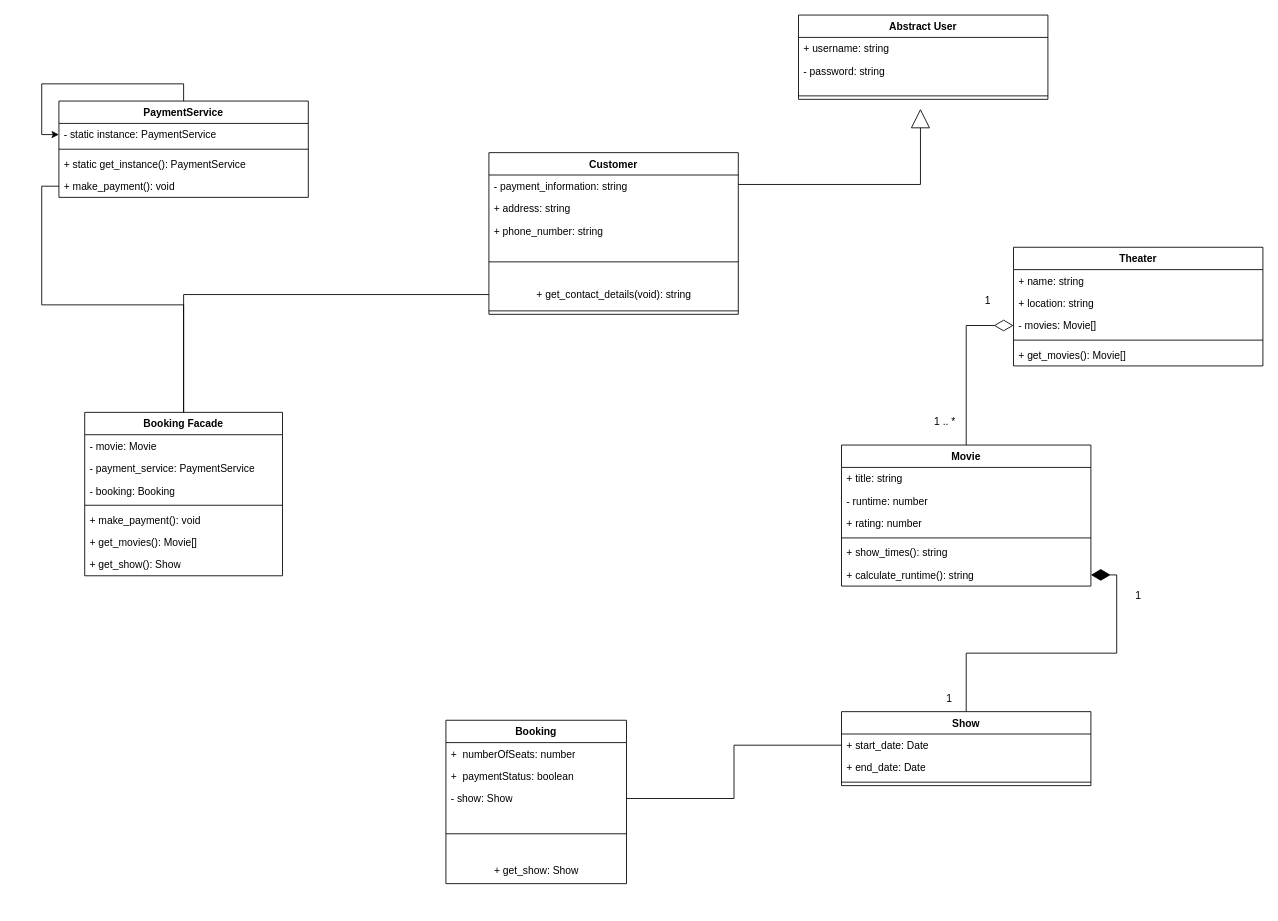
VukanCekic/system-design keeps this draw.io diagram as Movie Booking System.drawio. Above is the earlier version. Source tidied: cells renumbered, new cells numbered last; positions are measured from the earlier drawing's top-left corner, leaving out a move shared by most shapes. Both pictures are drawn from the tidied source at 86%, with x=0, y=0 at pixel (58, 15).
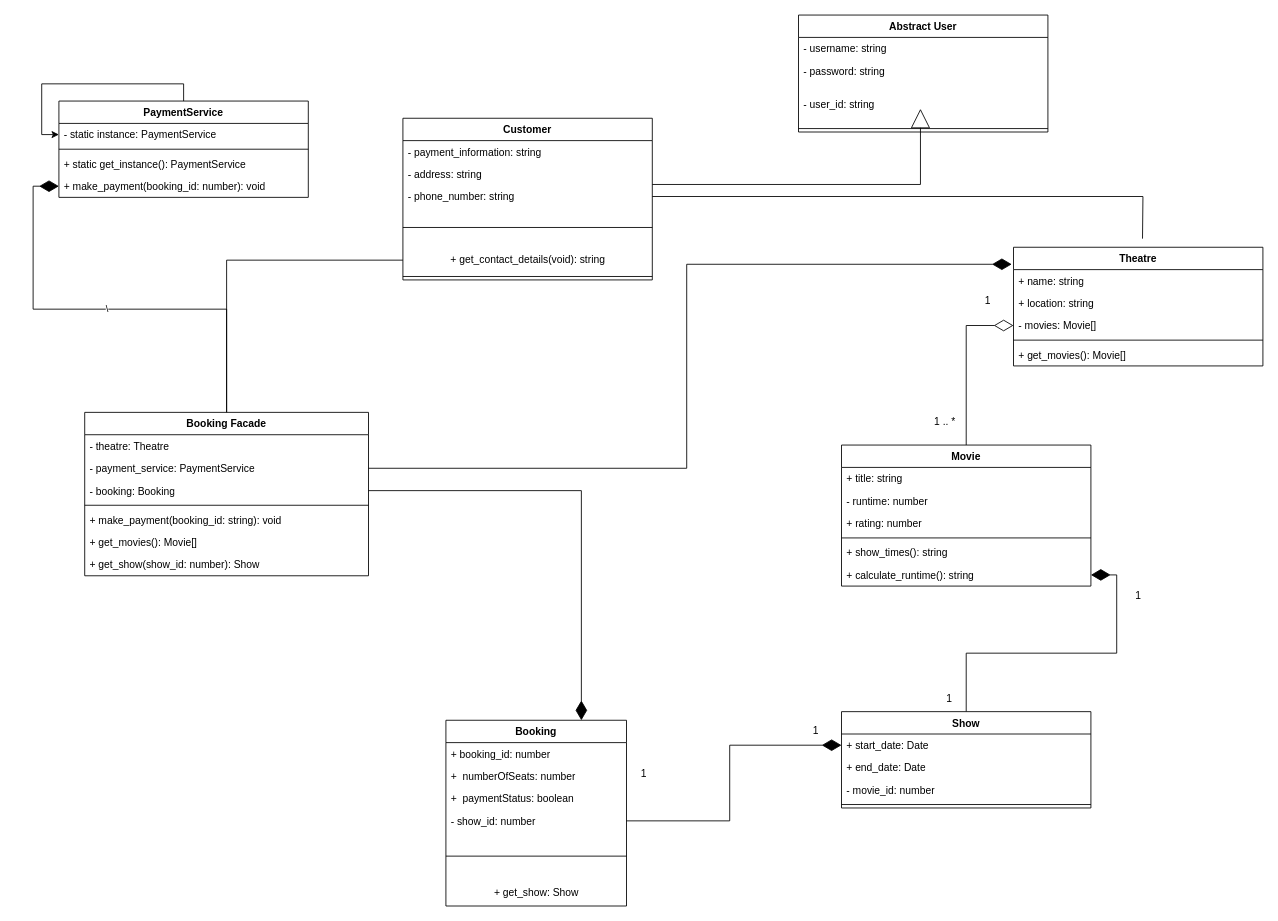
The same page after the edit.

Unchanged cells that the change refers to:
```xml
<mxCell id="15" value="+ name: string" style="text;strokeColor=none;fillColor=none;align=left;verticalAlign=top;spacingLeft=4;spacingRight=4;overflow=hidden;points=[[0,0.5],[1,0.5]];portConstraint=eastwest;whiteSpace=wrap;html=1;" parent="14" vertex="1">
  <mxGeometry y="26" width="290" height="26" as="geometry" />
</mxCell>
<mxCell id="30" value="+ start_date: Date" style="text;strokeColor=none;fillColor=none;align=left;verticalAlign=top;spacingLeft=4;spacingRight=4;overflow=hidden;points=[[0,0.5],[1,0.5]];portConstraint=eastwest;whiteSpace=wrap;html=1;" parent="29" vertex="1">
  <mxGeometry y="26" width="290" height="26" as="geometry" />
</mxCell>
<mxCell id="37" value="PaymentService" style="swimlane;fontStyle=1;align=center;verticalAlign=top;horizontal=1;startSize=26;whiteSpace=wrap;html=1;" parent="1" vertex="1">
  <mxGeometry y="100" width="290" height="112" as="geometry" />
</mxCell>
```

What changed in the source:
```diff
@@
     <mxCell id="2" value="Abstract User" style="swimlane;fontStyle=1;align=center;verticalAlign=top;horizontal=1;startSize=26;whiteSpace=wrap;html=1;" parent="1" vertex="1">
-      <mxGeometry x="860" width="290" height="98" as="geometry" />
+      <mxGeometry x="860" width="290" height="136" as="geometry" />
     </mxCell>
-    <mxCell id="3" value="+ username: string" style="text;strokeColor=none;fillColor=none;align=left;verticalAlign=top;spacingLeft=4;spacingRight=4;overflow=hidden;whiteSpace=wrap;html=1;" parent="2" vertex="1">
+    <mxCell id="3" value="- username: string" style="text;strokeColor=none;fillColor=none;align=left;verticalAlign=top;spacingLeft=4;spacingRight=4;overflow=hidden;whiteSpace=wrap;html=1;" parent="2" vertex="1">
       <mxGeometry y="26" width="290" height="26" as="geometry" />
     </mxCell>
@@
+    <mxCell id="60" value="- user_id: string" style="text;strokeColor=none;fillColor=none;align=left;verticalAlign=top;spacingLeft=4;spacingRight=4;overflow=hidden;whiteSpace=wrap;html=1;" parent="2" vertex="1">
+      <mxGeometry y="90" width="290" height="38" as="geometry" />
+    </mxCell>
     <mxCell id="5" style="line;strokeWidth=1;fillColor=none;align=left;verticalAlign=middle;spacingTop=-1;spacingLeft=3;spacingRight=3;labelPosition=right;strokeColor=inherit;" parent="2" vertex="1">
-      <mxGeometry y="90" width="290" height="8" as="geometry" />
+      <mxGeometry y="128" width="290" height="8" as="geometry" />
     </mxCell>
     <mxCell id="6" value="Customer" style="swimlane;fontStyle=1;align=center;verticalAlign=top;horizontal=1;startSize=26;whiteSpace=wrap;html=1;" parent="1" vertex="1">
-      <mxGeometry x="500" y="160" width="290" height="188" as="geometry" />
+      <mxGeometry x="400" y="120" width="290" height="188" as="geometry" />
     </mxCell>
@@
-    <mxCell id="8" value="+ address: string" style="text;strokeColor=none;fillColor=none;align=left;verticalAlign=top;spacingLeft=4;spacingRight=4;overflow=hidden;whiteSpace=wrap;html=1;" parent="6" vertex="1">
+    <mxCell id="8" value="- address: string" style="text;strokeColor=none;fillColor=none;align=left;verticalAlign=top;spacingLeft=4;spacingRight=4;overflow=hidden;whiteSpace=wrap;html=1;" parent="6" vertex="1">
       <mxGeometry y="52" width="290" height="26" as="geometry" />
     </mxCell>
+    <mxCell id="61" style="edgeStyle=orthogonalEdgeStyle;rounded=0;jettySize=auto;html=1;endArrow=none;endFill=0;" parent="6" edge="1" source="9">
+      <mxGeometry relative="1" as="geometry">
+        <mxPoint x="860" y="140" as="targetPoint" />
+      </mxGeometry>
+    </mxCell>
-    <mxCell id="9" value="+ phone_number: string" style="text;strokeColor=none;fillColor=none;align=left;verticalAlign=top;spacingLeft=4;spacingRight=4;overflow=hidden;points=[[0,0.5],[1,0.5]];portConstraint=eastwest;whiteSpace=wrap;html=1;" parent="6" vertex="1">
+    <mxCell id="9" value="- phone_number: string" style="text;strokeColor=none;fillColor=none;align=left;verticalAlign=top;spacingLeft=4;spacingRight=4;overflow=hidden;points=[[0,0.5],[1,0.5]];portConstraint=eastwest;whiteSpace=wrap;html=1;" parent="6" vertex="1">
       <mxGeometry y="78" width="290" height="26" as="geometry" />
     </mxCell>
@@
-    <mxCell id="14" value="Theater" style="swimlane;fontStyle=1;align=center;verticalAlign=top;horizontal=1;startSize=26;whiteSpace=wrap;html=1;" parent="1" vertex="1">
+    <mxCell id="14" value="Theatre" style="swimlane;fontStyle=1;align=center;verticalAlign=top;horizontal=1;startSize=26;whiteSpace=wrap;html=1;" parent="1" vertex="1">
       <mxGeometry x="1110" y="270" width="290" height="138" as="geometry" />
     </mxCell>
@@
     <mxCell id="29" value="Show" style="swimlane;fontStyle=1;align=center;verticalAlign=top;horizontal=1;startSize=26;whiteSpace=wrap;html=1;" parent="1" vertex="1">
-      <mxGeometry x="910" y="810" width="290" height="86" as="geometry" />
+      <mxGeometry x="910" y="810" width="290" height="112" as="geometry" />
     </mxCell>
@@
+    <mxCell id="62" value="- movie_id: number" style="text;strokeColor=none;fillColor=none;align=left;verticalAlign=top;spacingLeft=4;spacingRight=4;overflow=hidden;whiteSpace=wrap;html=1;" parent="29" vertex="1">
+      <mxGeometry y="78" width="290" height="26" as="geometry" />
+    </mxCell>
     <mxCell id="32" style="line;strokeWidth=1;fillColor=none;align=left;verticalAlign=middle;spacingTop=-1;spacingLeft=3;spacingRight=3;labelPosition=right;strokeColor=inherit;" parent="29" vertex="1">
-      <mxGeometry y="78" width="290" height="8" as="geometry" />
+      <mxGeometry y="104" width="290" height="8" as="geometry" />
     </mxCell>
@@
-    <mxCell id="41" value="+ make_payment(): void" style="text;strokeColor=none;fillColor=none;align=left;verticalAlign=top;spacingLeft=4;spacingRight=4;overflow=hidden;points=[[0,0.5],[1,0.5]];portConstraint=eastwest;whiteSpace=wrap;html=1;" parent="37" vertex="1">
+    <mxCell id="41" value="+ make_payment(booking_id: number): void" style="text;strokeColor=none;fillColor=none;align=left;verticalAlign=top;spacingLeft=4;spacingRight=4;overflow=hidden;points=[[0,0.5],[1,0.5]];portConstraint=eastwest;whiteSpace=wrap;html=1;" parent="37" vertex="1">
       <mxGeometry y="86" width="290" height="26" as="geometry" />
     </mxCell>
@@
     <mxCell id="43" value="Booking" style="swimlane;fontStyle=1;align=center;verticalAlign=top;horizontal=1;startSize=26;whiteSpace=wrap;html=1;" parent="1" vertex="1">
-      <mxGeometry x="450" y="820" width="210" height="190" as="geometry" />
+      <mxGeometry x="450" y="820" width="210" height="216" as="geometry" />
     </mxCell>
+    <mxCell id="63" value="+ booking_id: number" style="text;strokeColor=none;fillColor=none;align=left;verticalAlign=top;spacingLeft=4;spacingRight=4;overflow=hidden;whiteSpace=wrap;html=1;" parent="43" vertex="1">
+      <mxGeometry y="26" width="210" height="26" as="geometry" />
+    </mxCell>
     <mxCell id="44" value="+&amp;nbsp; numberOfSeats: number" style="text;strokeColor=none;fillColor=none;align=left;verticalAlign=top;spacingLeft=4;spacingRight=4;overflow=hidden;whiteSpace=wrap;html=1;" parent="43" vertex="1">
-      <mxGeometry y="26" width="210" height="26" as="geometry" />
+      <mxGeometry y="52" width="210" height="26" as="geometry" />
     </mxCell>
     <mxCell id="45" value="+&amp;nbsp; paymentStatus: boolean" style="text;strokeColor=none;fillColor=none;align=left;verticalAlign=top;spacingLeft=4;spacingRight=4;overflow=hidden;whiteSpace=wrap;html=1;" parent="43" vertex="1">
-      <mxGeometry y="52" width="210" height="26" as="geometry" />
+      <mxGeometry y="78" width="210" height="26" as="geometry" />
     </mxCell>
-    <mxCell id="46" value="- show: Show" style="text;strokeColor=none;fillColor=none;align=left;verticalAlign=top;spacingLeft=4;spacingRight=4;overflow=hidden;points=[[0,0.5],[1,0.5]];portConstraint=eastwest;whiteSpace=wrap;html=1;" parent="43" vertex="1">
-      <mxGeometry y="78" width="210" height="26" as="geometry" />
+    <mxCell id="46" value="- show_id: number" style="text;strokeColor=none;fillColor=none;align=left;verticalAlign=top;spacingLeft=4;spacingRight=4;overflow=hidden;points=[[0,0.5],[1,0.5]];portConstraint=eastwest;whiteSpace=wrap;html=1;" parent="43" vertex="1">
+      <mxGeometry y="104" width="210" height="26" as="geometry" />
     </mxCell>
     <mxCell id="47" style="line;strokeWidth=1;fillColor=none;align=left;verticalAlign=middle;spacingTop=-1;spacingLeft=3;spacingRight=3;labelPosition=right;strokeColor=inherit;" parent="43" vertex="1">
-      <mxGeometry y="104" width="210" height="56" as="geometry" />
+      <mxGeometry y="130" width="210" height="56" as="geometry" />
     </mxCell>
     <mxCell id="48" value="+ get_show: Show" style="text;html=1;align=center;verticalAlign=middle;strokeColor=none;fillColor=none;" parent="43" vertex="1">
-      <mxGeometry y="160" width="210" height="30" as="geometry" />
+      <mxGeometry y="186" width="210" height="30" as="geometry" />
     </mxCell>
-    <mxCell id="49" style="edgeStyle=orthogonalEdgeStyle;rounded=0;jettySize=auto;html=1;entryX=0;entryY=0.5;entryDx=0;entryDy=0;startArrow=none;startFill=0;endArrow=none;endFill=0;" parent="1" edge="1" source="50" target="41">
+    <mxCell id="49" value="\" style="edgeStyle=orthogonalEdgeStyle;rounded=0;jettySize=auto;html=1;entryX=0;entryY=0.5;entryDx=0;entryDy=0;startArrow=none;startFill=0;endArrow=diamondThin;endFill=1;endSize=20;" parent="1" edge="1" source="50" target="41">
       <mxGeometry relative="1" as="geometry" />
     </mxCell>
     <mxCell id="50" value="Booking Facade" style="swimlane;fontStyle=1;align=center;verticalAlign=top;horizontal=1;startSize=26;whiteSpace=wrap;html=1;" parent="1" vertex="1">
-      <mxGeometry x="30" y="462" width="230" height="190" as="geometry" />
+      <mxGeometry x="30" y="462" width="330" height="190" as="geometry" />
     </mxCell>
-    <mxCell id="51" value="- movie: Movie" style="text;strokeColor=none;fillColor=none;align=left;verticalAlign=top;spacingLeft=4;spacingRight=4;overflow=hidden;whiteSpace=wrap;html=1;" parent="50" vertex="1">
-      <mxGeometry y="26" width="230" height="26" as="geometry" />
+    <mxCell id="51" value="- theatre: Theatre" style="text;strokeColor=none;fillColor=none;align=left;verticalAlign=top;spacingLeft=4;spacingRight=4;overflow=hidden;whiteSpace=wrap;html=1;" parent="50" vertex="1">
+      <mxGeometry y="26" width="330" height="26" as="geometry" />
     </mxCell>
     <mxCell id="52" value="- payment_service: PaymentService" style="text;strokeColor=none;fillColor=none;align=left;verticalAlign=top;spacingLeft=4;spacingRight=4;overflow=hidden;points=[[0,0.5],[1,0.5]];portConstraint=eastwest;whiteSpace=wrap;html=1;" parent="50" vertex="1">
-      <mxGeometry y="52" width="230" height="26" as="geometry" />
+      <mxGeometry y="52" width="330" height="26" as="geometry" />
     </mxCell>
     <mxCell id="53" value="- booking: Booking" style="text;strokeColor=none;fillColor=none;align=left;verticalAlign=top;spacingLeft=4;spacingRight=4;overflow=hidden;points=[[0,0.5],[1,0.5]];portConstraint=eastwest;whiteSpace=wrap;html=1;" parent="50" vertex="1">
-      <mxGeometry y="78" width="230" height="26" as="geometry" />
+      <mxGeometry y="78" width="330" height="26" as="geometry" />
     </mxCell>
     <mxCell id="54" style="line;strokeWidth=1;fillColor=none;align=left;verticalAlign=middle;spacingTop=-1;spacingLeft=3;spacingRight=3;labelPosition=right;strokeColor=inherit;" parent="50" vertex="1">
-      <mxGeometry y="104" width="230" height="8" as="geometry" />
+      <mxGeometry y="104" width="330" height="8" as="geometry" />
     </mxCell>
-    <mxCell id="55" value="+ make_payment(): void" style="text;strokeColor=none;fillColor=none;align=left;verticalAlign=top;spacingLeft=4;spacingRight=4;overflow=hidden;whiteSpace=wrap;html=1;" parent="50" vertex="1">
-      <mxGeometry y="112" width="230" height="26" as="geometry" />
+    <mxCell id="55" value="+ make_payment(booking_id: string): void" style="text;strokeColor=none;fillColor=none;align=left;verticalAlign=top;spacingLeft=4;spacingRight=4;overflow=hidden;whiteSpace=wrap;html=1;" parent="50" vertex="1">
+      <mxGeometry y="112" width="330" height="26" as="geometry" />
     </mxCell>
     <mxCell id="56" value="+ get_movies(): Movie[]" style="text;strokeColor=none;fillColor=none;align=left;verticalAlign=top;spacingLeft=4;spacingRight=4;overflow=hidden;whiteSpace=wrap;html=1;" parent="50" vertex="1">
-      <mxGeometry y="138" width="230" height="26" as="geometry" />
+      <mxGeometry y="138" width="330" height="26" as="geometry" />
     </mxCell>
-    <mxCell id="57" value="+ get_show(): Show" style="text;strokeColor=none;fillColor=none;align=left;verticalAlign=top;spacingLeft=4;spacingRight=4;overflow=hidden;whiteSpace=wrap;html=1;" parent="50" vertex="1">
-      <mxGeometry y="164" width="230" height="26" as="geometry" />
+    <mxCell id="57" value="+ get_show(show_id: number): Show" style="text;strokeColor=none;fillColor=none;align=left;verticalAlign=top;spacingLeft=4;spacingRight=4;overflow=hidden;whiteSpace=wrap;html=1;" parent="50" vertex="1">
+      <mxGeometry y="164" width="330" height="26" as="geometry" />
     </mxCell>
@@
-    <mxCell id="59" style="edgeStyle=orthogonalEdgeStyle;rounded=0;jettySize=auto;html=1;entryX=0;entryY=0.5;entryDx=0;entryDy=0;endArrow=none;endFill=0;" parent="1" edge="1" source="46" target="30">
+    <mxCell id="59" style="edgeStyle=orthogonalEdgeStyle;rounded=0;jettySize=auto;html=1;entryX=0;entryY=0.5;entryDx=0;entryDy=0;endArrow=diamondThin;endFill=1;endSize=20;" parent="1" edge="1" source="46" target="30">
       <mxGeometry relative="1" as="geometry" />
     </mxCell>
+    <mxCell id="64" value="1" style="text;html=1;align=center;verticalAlign=middle;strokeColor=none;fillColor=none;" parent="1" vertex="1">
+      <mxGeometry x="665" y="868" width="30" height="30" as="geometry" />
+    </mxCell>
+    <mxCell id="65" value="1" style="text;html=1;align=center;verticalAlign=middle;strokeColor=none;fillColor=none;" parent="1" vertex="1">
+      <mxGeometry x="865" y="818" width="30" height="30" as="geometry" />
+    </mxCell>
+    <mxCell id="66" style="edgeStyle=orthogonalEdgeStyle;rounded=0;jettySize=auto;html=1;entryX=-0.007;entryY=-0.239;entryDx=0;entryDy=0;entryPerimeter=0;endArrow=diamondThin;endFill=1;endSize=20;" parent="1" edge="1" source="52" target="15">
+      <mxGeometry relative="1" as="geometry" />
+    </mxCell>
+    <mxCell id="67" style="edgeStyle=orthogonalEdgeStyle;rounded=0;jettySize=auto;html=1;entryX=0.75;entryY=0;entryDx=0;entryDy=0;endSize=20;endArrow=diamondThin;endFill=1;" parent="1" edge="1" source="53" target="43">
+      <mxGeometry relative="1" as="geometry" />
+    </mxCell>
```
